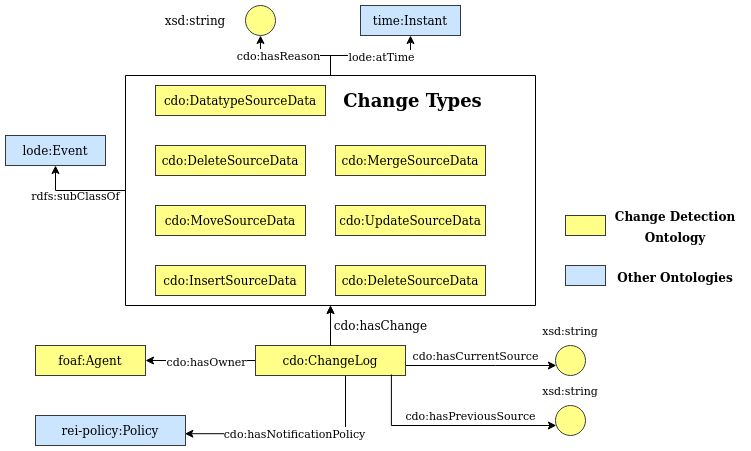
Earlier version of the draw.io export images/class_interaction.png (alex-randles/Change-Detection-Ontology). Source tidied: cells renumbered, new cells last; positions are measured from the earlier drawing's top-left corner, leaving out a move shared by most shapes.
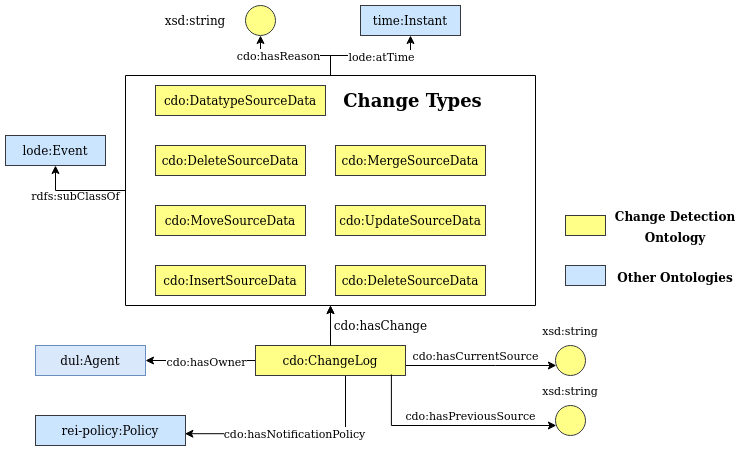
The same file after the commit.

Change to the diagram source:
```diff
@@ -59,7 +59,7 @@
     <mxCell id="14" value="time:Instant" style="rounded=0;whiteSpace=wrap;html=1;fillColor=#cce5ff;strokeColor=#36393d;" parent="1" vertex="1">
       <mxGeometry x="355" width="100" height="30" as="geometry" />
     </mxCell>
-    <mxCell id="15" value="foaf:Agent" style="rounded=0;whiteSpace=wrap;html=1;fillColor=#ffff88;strokeColor=#36393d;" parent="1" vertex="1">
+    <mxCell id="15" value="dul:Agent" style="rounded=0;whiteSpace=wrap;html=1;fillColor=#dae8fc;strokeColor=#6c8ebf;" parent="1" vertex="1">
       <mxGeometry x="30" y="340" width="110" height="30" as="geometry" />
     </mxCell>
     <mxCell id="16" value="rei-policy:Policy" style="rounded=0;whiteSpace=wrap;html=1;fillColor=#cce5ff;strokeColor=#36393d;" parent="1" vertex="1">
```
